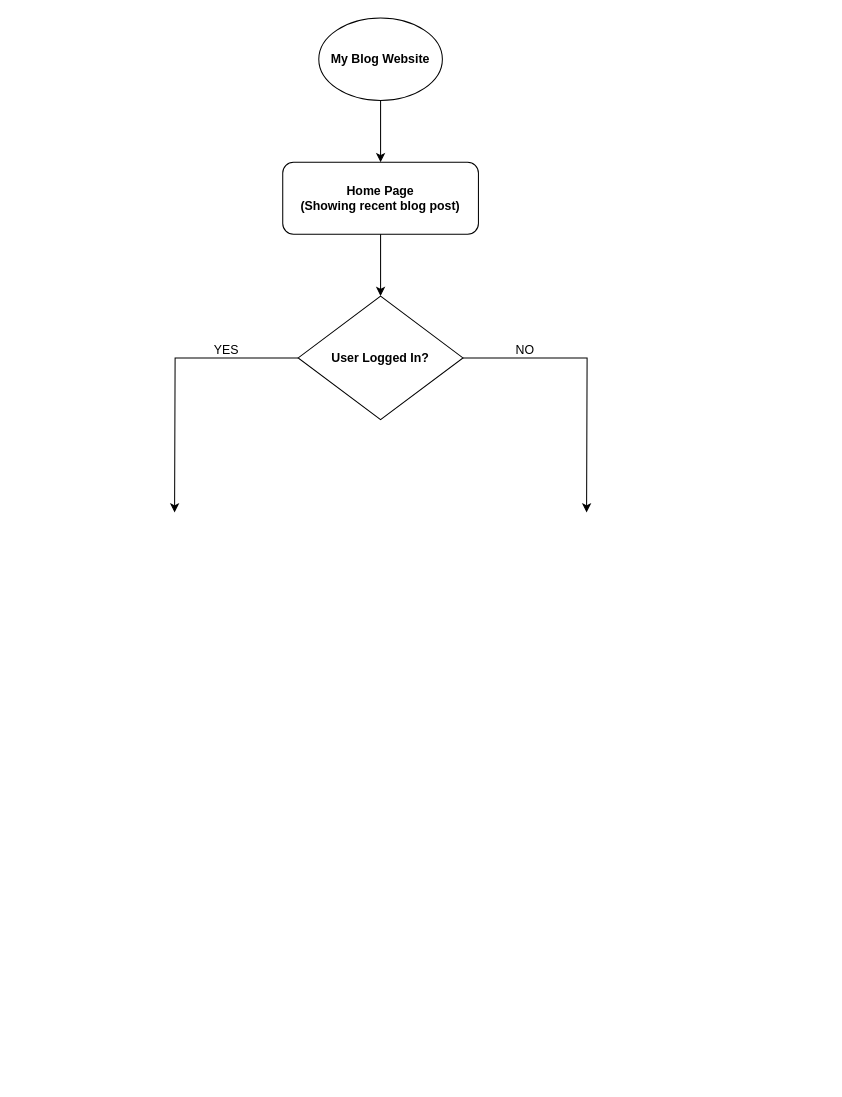
Above: assets/css/Untitled Diagram.drawio in hsjoi0214/Testing_Project (draw.io), before the change. Source tidied: cells renumbered, new cells numbered last; positions are measured from the earlier drawing's top-left corner, leaving out a move shared by most shapes. Both pictures are drawn from the tidied source at 103%, with x=0, y=0 at pixel (174, 18).
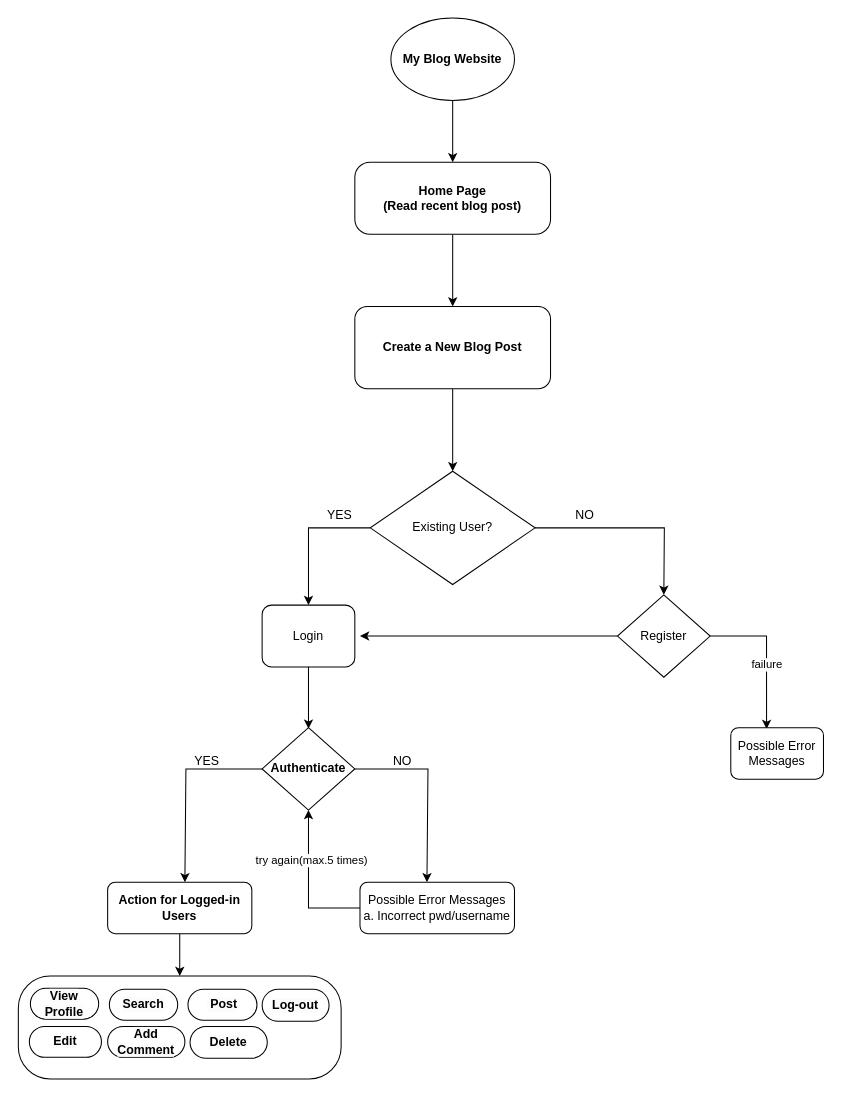
Above is the later version.

What changed in the source:
```diff
@@
+    <mxCell id="11" style="rounded=1;whiteSpace=wrap;html=1;arcSize=31;" parent="1" vertex="1">
+      <mxGeometry x="-151.7" y="930" width="313.4" height="100" as="geometry" />
+    </mxCell>
@@
     <mxCell id="3" value="My Blog Website" style="ellipse;whiteSpace=wrap;html=1;fontStyle=1;" parent="1" vertex="1">
-      <mxGeometry x="140" width="120" height="80" as="geometry" />
+      <mxGeometry x="210" width="120" height="80" as="geometry" />
     </mxCell>
+    <mxCell id="12" style="edgeStyle=orthogonalEdgeStyle;rounded=0;jettySize=auto;html=1;" parent="1" edge="1" source="4" target="14">
+      <mxGeometry relative="1" as="geometry" />
+    </mxCell>
-    <mxCell id="4" value="Home Page&lt;div&gt;(Showing recent blog post)&lt;/div&gt;" style="rounded=1;whiteSpace=wrap;html=1;fontStyle=1;" parent="1" vertex="1">
-      <mxGeometry x="105" y="140" width="190" height="70" as="geometry" />
+    <mxCell id="4" value="Home Page&lt;div&gt;(Read recent blog post)&lt;/div&gt;" style="rounded=1;whiteSpace=wrap;html=1;fontStyle=1;arcSize=21;" parent="1" vertex="1">
+      <mxGeometry x="175" y="140" width="190" height="70" as="geometry" />
     </mxCell>
+    <mxCell id="13" style="edgeStyle=orthogonalEdgeStyle;rounded=0;jettySize=auto;html=1;entryX=0.5;entryY=0;entryDx=0;entryDy=0;" parent="1" edge="1" source="14" target="17">
+      <mxGeometry relative="1" as="geometry" />
+    </mxCell>
+    <mxCell id="14" value="Create a New Blog Post" style="rounded=1;whiteSpace=wrap;html=1;fontStyle=1;" parent="1" vertex="1">
+      <mxGeometry x="175" y="280" width="190" height="80" as="geometry" />
+    </mxCell>
+    <mxCell id="15" style="edgeStyle=orthogonalEdgeStyle;rounded=0;jettySize=auto;html=1;fontStyle=1;entryX=0.5;entryY=0;entryDx=0;entryDy=0;" parent="1" edge="1" source="17" target="26">
+      <mxGeometry relative="1" as="geometry" />
+    </mxCell>
+    <mxCell id="16" style="edgeStyle=orthogonalEdgeStyle;rounded=0;jettySize=auto;html=1;exitX=1;exitY=0.5;exitDx=0;exitDy=0;" parent="1" edge="1" source="17">
+      <mxGeometry relative="1" as="geometry">
+        <mxPoint x="475" y="560" as="targetPoint" />
+      </mxGeometry>
+    </mxCell>
+    <mxCell id="17" value="Existing User?" style="rhombus;whiteSpace=wrap;html=1;" parent="1" vertex="1">
+      <mxGeometry x="190" y="440" width="160" height="110" as="geometry" />
+    </mxCell>
+    <mxCell id="18" value="YES" style="text;html=1;align=center;verticalAlign=middle;strokeColor=none;fillColor=none;" parent="1" vertex="1">
+      <mxGeometry x="135" y="468" width="50" height="30" as="geometry" />
+    </mxCell>
+    <mxCell id="19" style="edgeStyle=orthogonalEdgeStyle;rounded=0;jettySize=auto;html=1;entryX=0.386;entryY=0.025;entryDx=0;entryDy=0;entryPerimeter=0;" parent="1" edge="1" source="22" target="24">
+      <mxGeometry relative="1" as="geometry" />
+    </mxCell>
+    <mxCell id="20" value="failure" style="edgeLabel;html=1;align=center;verticalAlign=middle;" parent="19" vertex="1">
+      <mxGeometry x="0.16" relative="1" as="geometry">
+        <mxPoint y="-2" as="offset" />
+      </mxGeometry>
+    </mxCell>
+    <mxCell id="21" style="edgeStyle=orthogonalEdgeStyle;rounded=0;jettySize=auto;html=1;exitX=0;exitY=0.5;exitDx=0;exitDy=0;" parent="1" edge="1" source="22">
+      <mxGeometry relative="1" as="geometry">
+        <mxPoint x="180" y="600" as="targetPoint" />
+      </mxGeometry>
+    </mxCell>
+    <mxCell id="22" value="Register" style="rhombus;whiteSpace=wrap;html=1;" parent="1" vertex="1">
+      <mxGeometry x="430" y="560" width="90" height="80" as="geometry" />
+    </mxCell>
+    <mxCell id="23" value="NO" style="text;html=1;align=center;verticalAlign=middle;strokeColor=none;fillColor=none;" parent="1" vertex="1">
+      <mxGeometry x="378" y="468" width="40" height="30" as="geometry" />
+    </mxCell>
+    <mxCell id="24" value="Possible Error Messages" style="rounded=1;whiteSpace=wrap;html=1;" parent="1" vertex="1">
+      <mxGeometry x="540" y="689" width="90" height="50" as="geometry" />
+    </mxCell>
+    <mxCell id="25" style="edgeStyle=orthogonalEdgeStyle;rounded=0;jettySize=auto;html=1;exitX=0.5;exitY=1;exitDx=0;exitDy=0;" parent="1" edge="1" source="26">
+      <mxGeometry relative="1" as="geometry">
+        <mxPoint x="130" y="690" as="targetPoint" />
+      </mxGeometry>
+    </mxCell>
+    <mxCell id="26" value="Login" style="rounded=1;whiteSpace=wrap;html=1;" parent="1" vertex="1">
+      <mxGeometry x="85" y="570" width="90" height="60" as="geometry" />
+    </mxCell>
-    <mxCell id="5" style="edgeStyle=orthogonalEdgeStyle;rounded=0;jettySize=auto;html=1;exitX=0;exitY=0.5;exitDx=0;exitDy=0;fontStyle=1;" parent="1" edge="1" source="7">
+    <mxCell id="5" style="edgeStyle=orthogonalEdgeStyle;rounded=0;orthogonalLoop=1;jettySize=auto;html=1;exitX=0;exitY=0.5;exitDx=0;exitDy=0;fontStyle=1;" parent="1" edge="1">
       <mxGeometry relative="1" as="geometry">
-        <mxPoint y="480" as="targetPoint" />
+        <mxPoint x="165" y="729" as="sourcePoint" />
+        <mxPoint x="10" y="839" as="targetPoint" />
+        <Array as="points">
+          <mxPoint x="11" y="729" />
+        </Array>
       </mxGeometry>
     </mxCell>
-    <mxCell id="6" style="edgeStyle=orthogonalEdgeStyle;rounded=0;jettySize=auto;html=1;exitX=1;exitY=0.5;exitDx=0;exitDy=0;fontStyle=1;" parent="1" edge="1" source="7">
+    <mxCell id="6" style="edgeStyle=orthogonalEdgeStyle;rounded=0;orthogonalLoop=1;jettySize=auto;html=1;exitX=1;exitY=0.5;exitDx=0;exitDy=0;fontStyle=1;" parent="1" edge="1">
       <mxGeometry relative="1" as="geometry">
-        <mxPoint x="400" y="480" as="targetPoint" />
+        <mxPoint x="90" y="729" as="sourcePoint" />
+        <mxPoint x="245" y="839" as="targetPoint" />
+        <Array as="points">
+          <mxPoint x="246" y="729" />
+        </Array>
       </mxGeometry>
     </mxCell>
-    <mxCell id="7" value="User Logged In?" style="rhombus;whiteSpace=wrap;html=1;fontStyle=1;" parent="1" vertex="1">
-      <mxGeometry x="120" y="270" width="160" height="120" as="geometry" />
+    <mxCell id="7" value="Authenticate" style="rhombus;whiteSpace=wrap;html=1;fontStyle=1;" parent="1" vertex="1">
+      <mxGeometry x="85" y="689" width="90" height="80" as="geometry" />
     </mxCell>
-    <mxCell id="8" style="edgeStyle=orthogonalEdgeStyle;rounded=0;jettySize=auto;html=1;exitX=0.5;exitY=1;exitDx=0;exitDy=0;entryX=0.5;entryY=0;entryDx=0;entryDy=0;" parent="1" edge="1" source="4" target="7">
-      <mxGeometry relative="1" as="geometry" />
-    </mxCell>
     <mxCell id="9" value="YES" style="text;html=1;align=center;verticalAlign=middle;strokeColor=none;fillColor=none;" parent="1" vertex="1">
-      <mxGeometry x="25" y="308" width="50" height="30" as="geometry" />
+      <mxGeometry x="6" y="707" width="50" height="30" as="geometry" />
     </mxCell>
     <mxCell id="10" value="NO" style="text;html=1;align=center;verticalAlign=middle;strokeColor=none;fillColor=none;" parent="1" vertex="1">
-      <mxGeometry x="320" y="308" width="40" height="30" as="geometry" />
+      <mxGeometry x="201" y="707" width="40" height="30" as="geometry" />
     </mxCell>
+    <mxCell id="27" style="edgeStyle=orthogonalEdgeStyle;rounded=0;jettySize=auto;html=1;exitX=0;exitY=0.5;exitDx=0;exitDy=0;entryX=0.5;entryY=1;entryDx=0;entryDy=0;" parent="1" edge="1" source="29" target="7">
+      <mxGeometry relative="1" as="geometry" />
+    </mxCell>
+    <mxCell id="28" value="try again(max.5 times)" style="edgeLabel;html=1;align=center;verticalAlign=middle;" parent="27" vertex="1">
+      <mxGeometry x="0.34" y="-2" relative="1" as="geometry" />
+    </mxCell>
+    <mxCell id="29" value="Possible Error Messages&lt;div&gt;a. Incorrect pwd/username&lt;/div&gt;" style="rounded=1;whiteSpace=wrap;html=1;" parent="1" vertex="1">
+      <mxGeometry x="180" y="839" width="150" height="50" as="geometry" />
+    </mxCell>
+    <mxCell id="30" style="edgeStyle=orthogonalEdgeStyle;rounded=0;jettySize=auto;html=1;exitX=0.5;exitY=1;exitDx=0;exitDy=0;entryX=0.5;entryY=0;entryDx=0;entryDy=0;" parent="1" edge="1" source="31" target="11">
+      <mxGeometry relative="1" as="geometry" />
+    </mxCell>
+    <mxCell id="31" value="Action for Logged-in Users" style="rounded=1;whiteSpace=wrap;html=1;fontStyle=1;" parent="1" vertex="1">
+      <mxGeometry x="-65" y="839" width="140" height="50" as="geometry" />
+    </mxCell>
+    <mxCell id="32" value="&lt;span style=&quot;color: rgb(0, 0, 0); font-family: Helvetica; font-size: 12px; font-style: normal; font-variant-ligatures: normal; font-variant-caps: normal; font-weight: 700; letter-spacing: normal; orphans: 2; text-align: center; text-indent: 0px; text-transform: none; widows: 2; word-spacing: 0px; -webkit-text-stroke-width: 0px; white-space: normal; background-color: rgb(251, 251, 251); text-decoration-thickness: initial; text-decoration-style: initial; text-decoration-color: initial; display: inline !important; float: none;&quot;&gt;&amp;nbsp;Post&lt;/span&gt;" style="rounded=1;whiteSpace=wrap;html=1;arcSize=50;" parent="1" vertex="1">
+      <mxGeometry x="13" y="943" width="67" height="30" as="geometry" />
+    </mxCell>
+    <mxCell id="33" value="&lt;span style=&quot;color: rgb(0, 0, 0); font-family: Helvetica; font-size: 12px; font-style: normal; font-variant-ligatures: normal; font-variant-caps: normal; font-weight: 700; letter-spacing: normal; orphans: 2; text-align: center; text-indent: 0px; text-transform: none; widows: 2; word-spacing: 0px; -webkit-text-stroke-width: 0px; white-space: normal; background-color: rgb(251, 251, 251); text-decoration-thickness: initial; text-decoration-style: initial; text-decoration-color: initial; display: inline !important; float: none;&quot;&gt;Edit&lt;/span&gt;" style="rounded=1;whiteSpace=wrap;html=1;arcSize=50;" parent="1" vertex="1">
+      <mxGeometry x="-141" y="979" width="70" height="30" as="geometry" />
+    </mxCell>
+    <mxCell id="34" value="&lt;span style=&quot;color: rgb(0, 0, 0); font-family: Helvetica; font-size: 12px; font-style: normal; font-variant-ligatures: normal; font-variant-caps: normal; font-weight: 700; letter-spacing: normal; orphans: 2; text-align: center; text-indent: 0px; text-transform: none; widows: 2; word-spacing: 0px; -webkit-text-stroke-width: 0px; white-space: normal; background-color: rgb(251, 251, 251); text-decoration-thickness: initial; text-decoration-style: initial; text-decoration-color: initial; display: inline !important; float: none;&quot;&gt;Delete&lt;/span&gt;" style="rounded=1;whiteSpace=wrap;html=1;arcSize=50;" parent="1" vertex="1">
+      <mxGeometry x="15" y="979" width="75" height="31" as="geometry" />
+    </mxCell>
+    <mxCell id="35" value="&lt;span style=&quot;color: rgb(0, 0, 0); font-family: Helvetica; font-size: 12px; font-style: normal; font-variant-ligatures: normal; font-variant-caps: normal; font-weight: 700; letter-spacing: normal; orphans: 2; text-align: center; text-indent: 0px; text-transform: none; widows: 2; word-spacing: 0px; -webkit-text-stroke-width: 0px; white-space: normal; background-color: rgb(251, 251, 251); text-decoration-thickness: initial; text-decoration-style: initial; text-decoration-color: initial; display: inline !important; float: none;&quot;&gt;Add Comment&lt;/span&gt;" style="rounded=1;whiteSpace=wrap;html=1;arcSize=50;" parent="1" vertex="1">
+      <mxGeometry x="-65" y="979" width="75" height="30" as="geometry" />
+    </mxCell>
+    <mxCell id="36" value="&lt;span style=&quot;color: rgb(0, 0, 0); font-family: Helvetica; font-size: 12px; font-style: normal; font-variant-ligatures: normal; font-variant-caps: normal; font-weight: 700; letter-spacing: normal; orphans: 2; text-align: center; text-indent: 0px; text-transform: none; widows: 2; word-spacing: 0px; -webkit-text-stroke-width: 0px; white-space: normal; background-color: rgb(251, 251, 251); text-decoration-thickness: initial; text-decoration-style: initial; text-decoration-color: initial; display: inline !important; float: none;&quot;&gt;Search&lt;/span&gt;" style="rounded=1;whiteSpace=wrap;html=1;arcSize=50;" parent="1" vertex="1">
+      <mxGeometry x="-63.3" y="943" width="66.3" height="30" as="geometry" />
+    </mxCell>
+    <mxCell id="37" value="&lt;span style=&quot;color: rgb(0, 0, 0); font-family: Helvetica; font-size: 12px; font-style: normal; font-variant-ligatures: normal; font-variant-caps: normal; font-weight: 700; letter-spacing: normal; orphans: 2; text-align: center; text-indent: 0px; text-transform: none; widows: 2; word-spacing: 0px; -webkit-text-stroke-width: 0px; white-space: normal; background-color: rgb(251, 251, 251); text-decoration-thickness: initial; text-decoration-style: initial; text-decoration-color: initial; display: inline !important; float: none;&quot;&gt;View Profile&lt;/span&gt;" style="rounded=1;whiteSpace=wrap;html=1;arcSize=50;" parent="1" vertex="1">
+      <mxGeometry x="-140" y="942" width="66.3" height="30" as="geometry" />
+    </mxCell>
+    <mxCell id="38" value="&lt;span style=&quot;color: rgb(0, 0, 0); font-family: Helvetica; font-size: 12px; font-style: normal; font-variant-ligatures: normal; font-variant-caps: normal; font-weight: 700; letter-spacing: normal; orphans: 2; text-align: center; text-indent: 0px; text-transform: none; widows: 2; word-spacing: 0px; -webkit-text-stroke-width: 0px; white-space: normal; background-color: rgb(251, 251, 251); text-decoration-thickness: initial; text-decoration-style: initial; text-decoration-color: initial; display: inline !important; float: none;&quot;&gt;Log-out&lt;/span&gt;" style="rounded=1;whiteSpace=wrap;html=1;arcSize=50;" parent="1" vertex="1">
+      <mxGeometry x="85" y="943" width="65" height="31" as="geometry" />
+    </mxCell>
```
